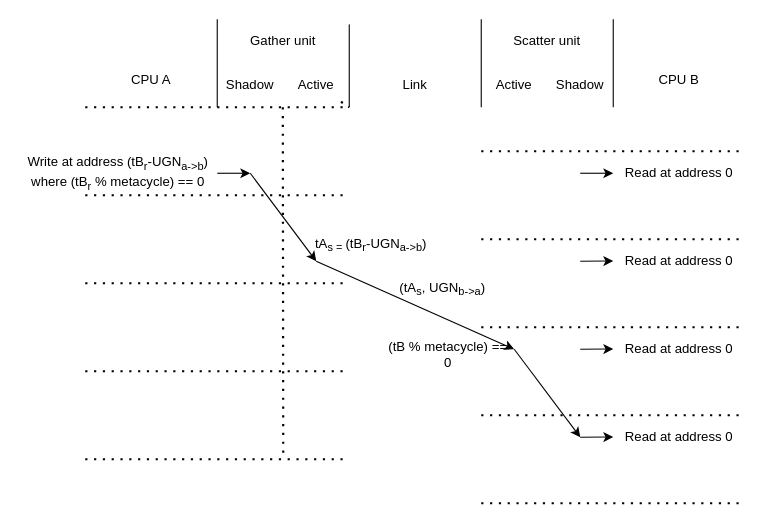
Before: page "UGN final outgoing" (3 of 4) of docs/diagrams/ugnDiscoveryTimeline.drawio in bittide/bittide-hardware, a draw.io diagram. Source tidied: cells renumbered, new cells numbered last; positions are measured from the earlier drawing's top-left corner, leaving out a move shared by most shapes. Both pictures are drawn from the tidied source at 110%, with x=0, y=0 at pixel (19, 19).
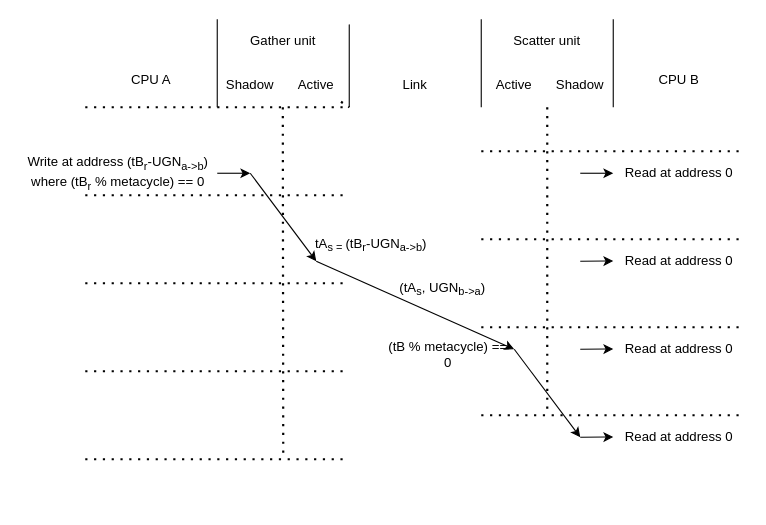
The same page after the edit.

The edit, as a diff of the source:
```diff
@@
-    <mxCell id="31" style="endArrow=none;dashed=1;html=1;dashPattern=1 3;strokeWidth=2;" parent="1" edge="1">
-      <mxGeometry relative="1" as="geometry">
-        <mxPoint x="420" y="440" as="sourcePoint" />
-        <mxPoint x="660" y="440" as="targetPoint" />
-      </mxGeometry>
-    </mxCell>
@@
+    <mxCell id="43" style="endArrow=none;dashed=1;html=1;dashPattern=1 3;strokeWidth=2;" parent="1" edge="1">
+      <mxGeometry relative="1" as="geometry">
+        <mxPoint x="480" y="80" as="sourcePoint" />
+        <mxPoint x="480" y="360" as="targetPoint" />
+      </mxGeometry>
+    </mxCell>
```
